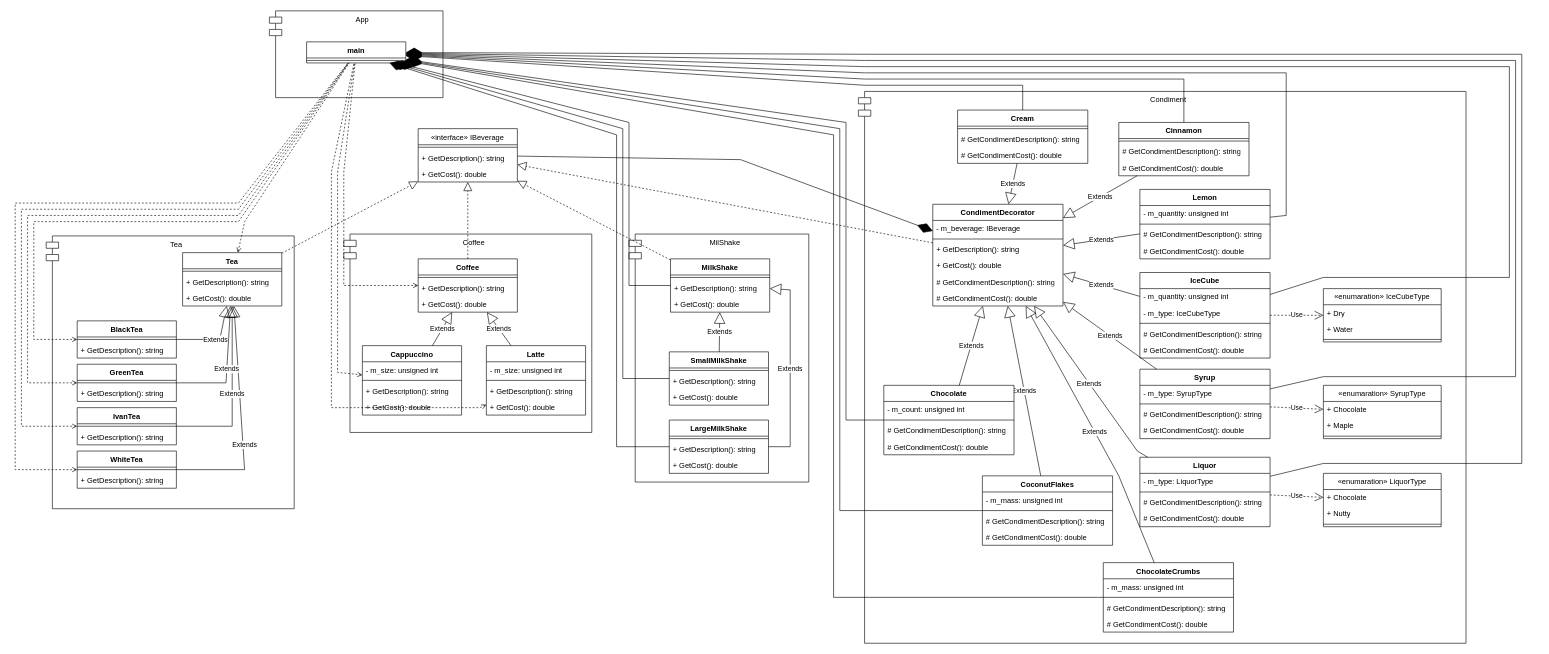
ProstP/OOD keeps this draw.io diagram as lw3/BeverageDecorator/BeverageDecorator.drawio. Above is the earlier version. Source tidied: cells renumbered, new cells numbered last; positions are measured from the earlier drawing's top-left corner, leaving out a move shared by most shapes. Both pictures are drawn from the tidied source at 62%, with x=0, y=0 at pixel (15, 11).
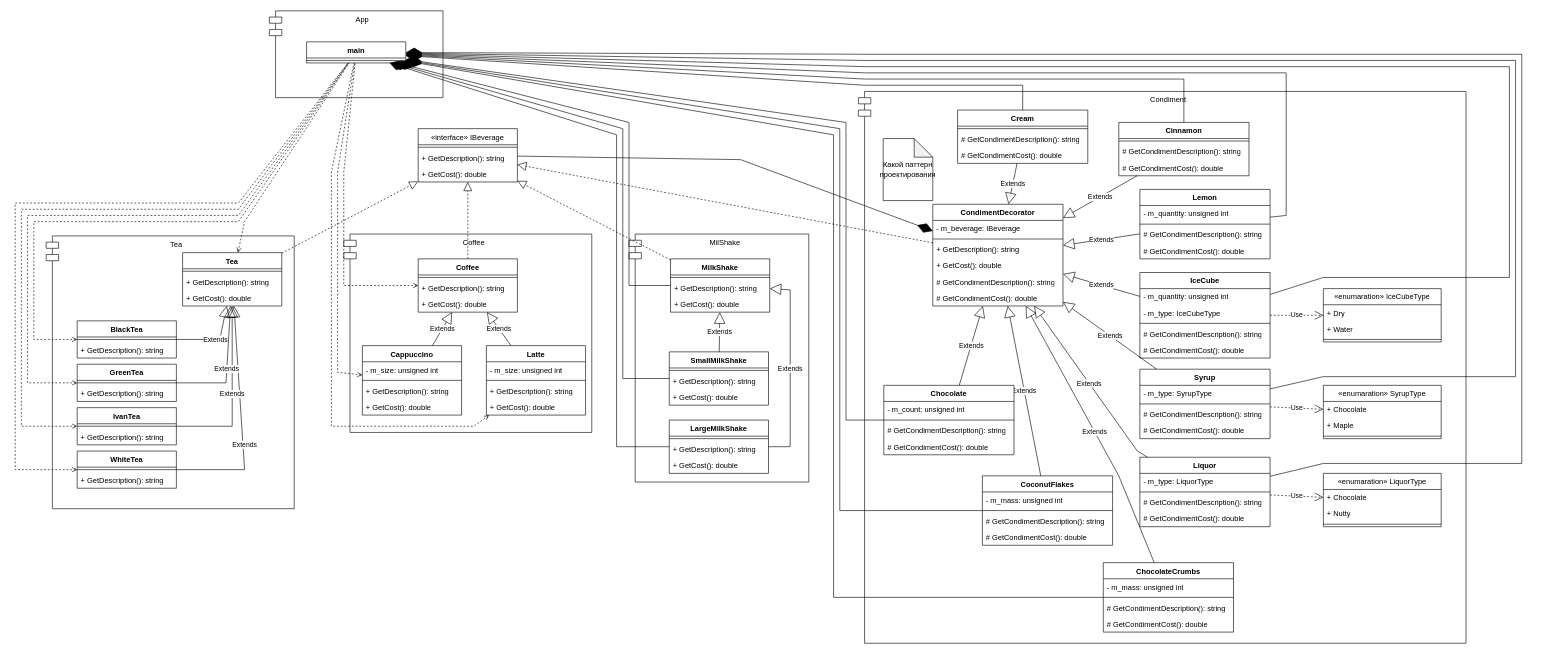
After the change.

Commit message:
Lw3-2 Замечания в диаграмме

The change refers to these unchanged cells:
```xml
<mxCell id="3" value="main" style="swimlane;fontStyle=1;align=center;verticalAlign=top;horizontal=1;startSize=26;whiteSpace=wrap;html=1;" parent="1" vertex="1">
  <mxGeometry x="470" y="50" width="160" height="34" as="geometry" />
</mxCell>
<mxCell id="15" value="Latte" style="swimlane;fontStyle=1;align=center;verticalAlign=top;horizontal=1;startSize=26;whiteSpace=wrap;html=1;" parent="1" vertex="1">
  <mxGeometry x="760" y="540" width="160" height="112" as="geometry" />
</mxCell>
```

What changed in the source:
```diff
@@
     <mxCell id="150" style="endArrow=none;endFill=0;endSize=24;html=1;rounded=0;dashed=1;startArrow=open;startFill=0;" parent="1" edge="1" source="15" target="3">
       <mxGeometry relative="1" as="geometry">
         <Array as="points">
-          <mxPoint x="750" y="640" />
-          <mxPoint x="510" y="640" />
+          <mxPoint x="740" y="670" />
+          <mxPoint x="510" y="670" />
           <mxPoint x="510" y="260" />
         </Array>
       </mxGeometry>
     </mxCell>
@@
+    <mxCell id="163" value="Какой паттерн проектирования" style="shape=note;whiteSpace=wrap;html=1;backgroundOutline=1;darkOpacity=0.05;" parent="1" vertex="1">
+      <mxGeometry x="1400" y="206" width="80" height="100" as="geometry" />
+    </mxCell>
```
